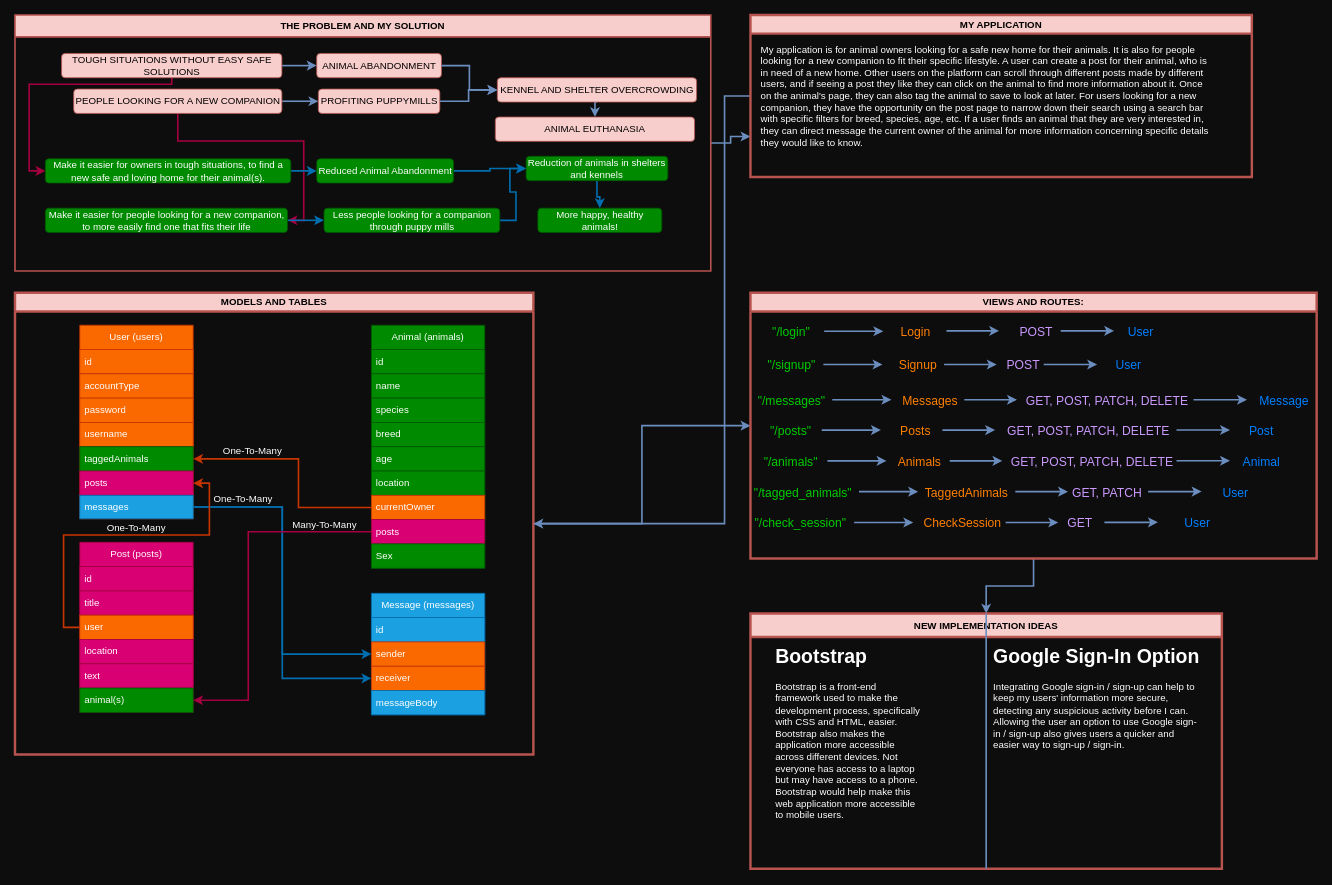
Above: ProjectPitch.drawio in kammau/Animal-Share (draw.io), before the change. Source tidied: cells renumbered, new cells numbered last; positions are measured from the earlier drawing's top-left corner, leaving out a move shared by most shapes. Both pictures are drawn from the tidied source at 81%, with x=0, y=0 at pixel (15, 15).
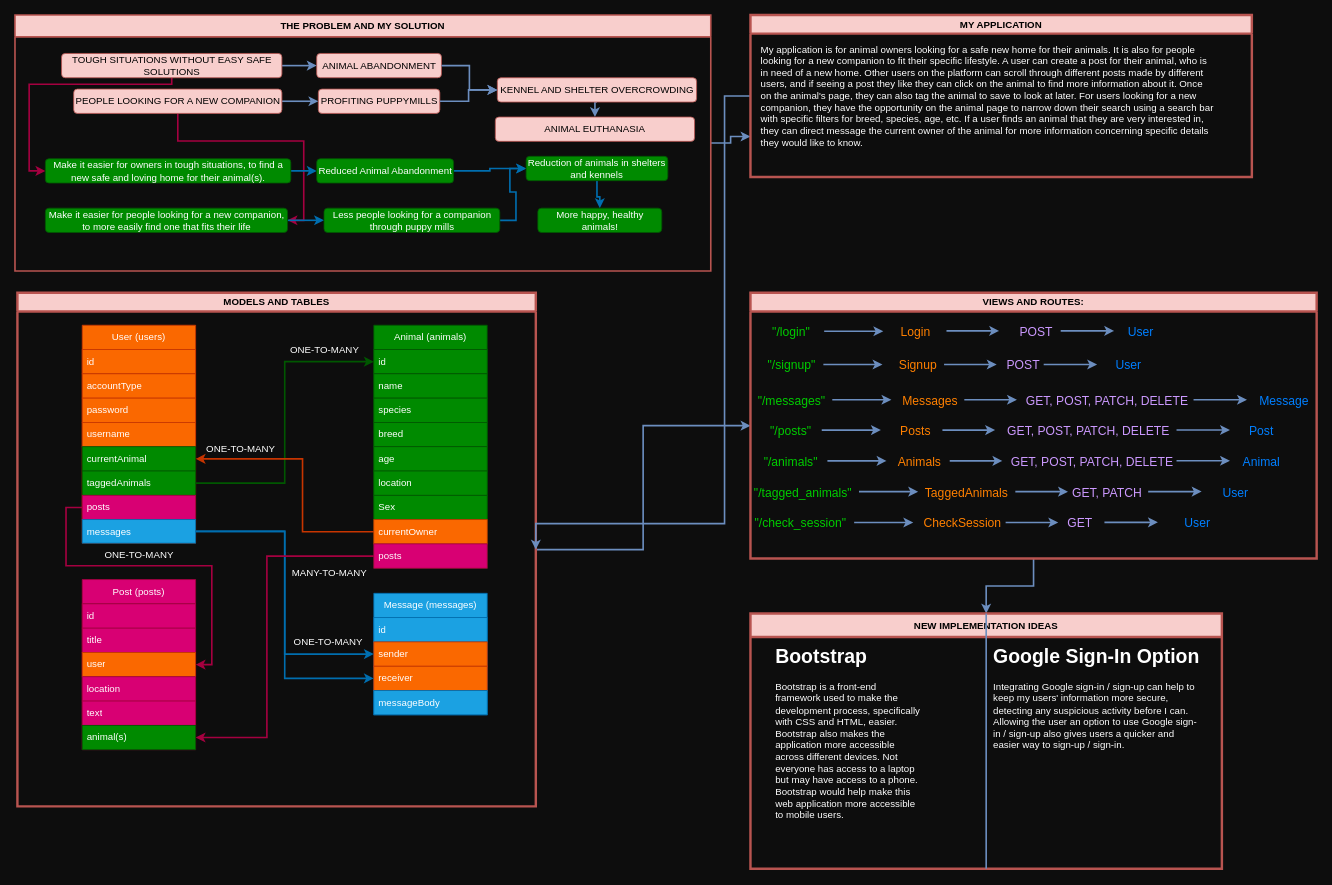
After the change.

The change refers to these unchanged cells:
```xml
<mxCell id="12" value="Animal (animals)" style="swimlane;fontStyle=0;horizontal=1;startSize=30;whiteSpace=wrap;html=1;fillColor=#008a00;strokeColor=#005700;fontColor=#ffffff;" parent="3" vertex="1">
  <mxGeometry x="440" y="40" width="140" height="300" as="geometry" />
</mxCell>
<mxCell id="13" value="id" style="text;strokeColor=#005700;fillColor=#008a00;align=left;verticalAlign=middle;spacingLeft=4;spacingRight=4;overflow=hidden;points=[[0,0.5],[1,0.5]];portConstraint=eastwest;whiteSpace=wrap;html=1;fontColor=#ffffff;" parent="12" vertex="1">
  <mxGeometry y="30" width="140" height="30" as="geometry" />
</mxCell>
<mxCell id="25" value="user" style="text;strokeColor=#C73500;fillColor=#fa6800;align=left;verticalAlign=middle;spacingLeft=4;spacingRight=4;overflow=hidden;points=[[0,0.5],[1,0.5]];portConstraint=eastwest;whiteSpace=wrap;html=1;fontColor=#FFFFFF;" parent="22" vertex="1">
  <mxGeometry y="90" width="140" height="30" as="geometry" />
</mxCell>
<mxCell id="28" value="animal(s)" style="text;strokeColor=#005700;fillColor=#008a00;align=left;verticalAlign=middle;spacingLeft=4;spacingRight=4;overflow=hidden;points=[[0,0.5],[1,0.5]];portConstraint=eastwest;whiteSpace=wrap;html=1;fontColor=#ffffff;" parent="22" vertex="1">
  <mxGeometry y="180" width="140" height="30" as="geometry" />
</mxCell>
<mxCell id="29" value="Message (messages)" style="swimlane;fontStyle=0;horizontal=1;startSize=30;whiteSpace=wrap;html=1;fillColor=#1ba1e2;strokeColor=#006EAF;fontColor=#ffffff;" parent="3" vertex="1">
  <mxGeometry x="440" y="371" width="140" height="150" as="geometry" />
</mxCell>
<mxCell id="31" value="sender" style="text;strokeColor=#C73500;fillColor=#fa6800;align=left;verticalAlign=middle;spacingLeft=4;spacingRight=4;overflow=hidden;points=[[0,0.5],[1,0.5]];portConstraint=eastwest;whiteSpace=wrap;html=1;fontColor=#FFFFFF;" parent="29" vertex="1">
  <mxGeometry y="60" width="140" height="30" as="geometry" />
</mxCell>
<mxCell id="32" value="receiver" style="text;strokeColor=#C73500;fillColor=#fa6800;align=left;verticalAlign=middle;spacingLeft=4;spacingRight=4;overflow=hidden;points=[[0,0.5],[1,0.5]];portConstraint=eastwest;whiteSpace=wrap;html=1;fontColor=#FFFFFF;" parent="29" vertex="1">
  <mxGeometry y="90" width="140" height="30" as="geometry" />
</mxCell>
<mxCell id="126" value="MY APPLICATION" style="swimlane;whiteSpace=wrap;html=1;fillColor=#f8cecc;strokeColor=#b85450;strokeWidth=3;" parent="1" vertex="1">
  <mxGeometry x="908" width="619" height="200" as="geometry" />
</mxCell>
```

The edit, as a diff of the source:
```diff
@@
     <mxCell id="3" value="MODELS AND TABLES" style="swimlane;whiteSpace=wrap;html=1;fillColor=#f8cecc;strokeColor=#b85450;rounded=0;strokeWidth=3;" parent="1" vertex="1">
-      <mxGeometry y="343" width="640" height="570" as="geometry" />
+      <mxGeometry x="3" y="343" width="640" height="634" as="geometry" />
     </mxCell>
     <mxCell id="4" value="User (users)" style="swimlane;fontStyle=0;horizontal=1;startSize=30;whiteSpace=wrap;html=1;fillColor=#fa6800;strokeColor=#C73500;fontColor=#FFFFFF;" parent="3" vertex="1">
-      <mxGeometry x="80" y="40" width="140" height="239" as="geometry" />
+      <mxGeometry x="80" y="40" width="140" height="269" as="geometry" />
     </mxCell>
@@
+    <mxCell id="128" value="currentAnimal" style="text;strokeColor=#005700;fillColor=#008a00;align=left;verticalAlign=middle;spacingLeft=4;spacingRight=4;overflow=hidden;points=[[0,0.5],[1,0.5]];portConstraint=eastwest;whiteSpace=wrap;html=1;fontColor=#ffffff;" parent="4" vertex="1">
+      <mxGeometry y="150" width="140" height="30" as="geometry" />
+    </mxCell>
     <mxCell id="9" value="taggedAnimals" style="text;strokeColor=#005700;fillColor=#008a00;align=left;verticalAlign=middle;spacingLeft=4;spacingRight=4;overflow=hidden;points=[[0,0.5],[1,0.5]];portConstraint=eastwest;whiteSpace=wrap;html=1;fontColor=#ffffff;" parent="4" vertex="1">
-      <mxGeometry y="150" width="140" height="30" as="geometry" />
+      <mxGeometry y="180" width="140" height="30" as="geometry" />
     </mxCell>
     <mxCell id="10" value="posts" style="text;strokeColor=#A50040;fillColor=#d80073;align=left;verticalAlign=middle;spacingLeft=4;spacingRight=4;overflow=hidden;points=[[0,0.5],[1,0.5]];portConstraint=eastwest;whiteSpace=wrap;html=1;fontColor=#ffffff;" parent="4" vertex="1">
-      <mxGeometry y="180" width="140" height="30" as="geometry" />
+      <mxGeometry y="210" width="140" height="30" as="geometry" />
     </mxCell>
     <mxCell id="11" value="messages" style="text;strokeColor=#006EAF;fillColor=#1ba1e2;align=left;verticalAlign=middle;spacingLeft=4;spacingRight=4;overflow=hidden;points=[[0,0.5],[1,0.5]];portConstraint=eastwest;whiteSpace=wrap;html=1;fontColor=#ffffff;" parent="4" vertex="1">
-      <mxGeometry y="210" width="140" height="29" as="geometry" />
+      <mxGeometry y="240" width="140" height="29" as="geometry" />
     </mxCell>
@@
+    <mxCell id="21" value="Sex" style="text;strokeColor=#005700;fillColor=#008a00;align=left;verticalAlign=middle;spacingLeft=4;spacingRight=4;overflow=hidden;whiteSpace=wrap;html=1;fontColor=#ffffff;" parent="12" vertex="1">
+      <mxGeometry y="210" width="140" height="30" as="geometry" />
+    </mxCell>
     <mxCell id="19" value="currentOwner" style="text;strokeColor=#C73500;fillColor=#fa6800;align=left;verticalAlign=middle;spacingLeft=4;spacingRight=4;overflow=hidden;points=[[0,0.5],[1,0.5]];portConstraint=eastwest;whiteSpace=wrap;html=1;fontColor=#FFFFFF;" parent="12" vertex="1">
-      <mxGeometry y="210" width="140" height="30" as="geometry" />
+      <mxGeometry y="240" width="140" height="30" as="geometry" />
     </mxCell>
     <mxCell id="20" value="posts" style="text;strokeColor=#A50040;fillColor=#d80073;align=left;verticalAlign=middle;spacingLeft=4;spacingRight=4;overflow=hidden;points=[[0,0.5],[1,0.5]];portConstraint=eastwest;whiteSpace=wrap;html=1;fontColor=#ffffff;" parent="12" vertex="1">
-      <mxGeometry y="240" width="140" height="30" as="geometry" />
+      <mxGeometry y="270" width="140" height="30" as="geometry" />
     </mxCell>
-    <mxCell id="21" value="Sex" style="text;strokeColor=#005700;fillColor=#008a00;align=left;verticalAlign=middle;spacingLeft=4;spacingRight=4;overflow=hidden;whiteSpace=wrap;html=1;fontColor=#ffffff;" parent="12" vertex="1">
-      <mxGeometry y="270" width="140" height="30" as="geometry" />
-    </mxCell>
     <mxCell id="22" value="Post (posts)" style="swimlane;fontStyle=0;horizontal=1;startSize=30;whiteSpace=wrap;html=1;fillColor=#d80073;strokeColor=#A50040;fontColor=#ffffff;" parent="3" vertex="1">
-      <mxGeometry x="80" y="308" width="140" height="210" as="geometry" />
+      <mxGeometry x="80" y="354" width="140" height="210" as="geometry" />
     </mxCell>
@@
-    <mxCell id="34" style="edgeStyle=orthogonalEdgeStyle;rounded=0;jettySize=auto;html=1;strokeColor=#C73500;strokeWidth=2;fillColor=#fa6800;" parent="3" edge="1" source="19" target="9">
-      <mxGeometry relative="1" as="geometry">
-        <Array as="points">
-          <mxPoint x="350" y="265" />
-          <mxPoint x="350" y="205" />
-        </Array>
-      </mxGeometry>
-    </mxCell>
+    <mxCell id="129" style="edgeStyle=orthogonalEdgeStyle;rounded=0;jettySize=auto;html=1;entryX=0;entryY=0.5;entryDx=0;entryDy=0;fillColor=#008a00;strokeColor=#005700;strokeWidth=2;" parent="3" edge="1" source="9" target="13">
+      <mxGeometry relative="1" as="geometry" />
+    </mxCell>
+    <mxCell id="130" style="edgeStyle=orthogonalEdgeStyle;rounded=0;jettySize=auto;html=1;entryX=1;entryY=0.5;entryDx=0;entryDy=0;fillColor=#d80073;strokeColor=#A50040;strokeWidth=2;" parent="3" edge="1" source="10" target="25">
+      <mxGeometry relative="1" as="geometry">
+        <Array as="points">
+          <mxPoint x="60" y="265" />
+          <mxPoint x="60" y="337" />
+          <mxPoint x="240" y="337" />
+          <mxPoint x="240" y="459" />
+        </Array>
+      </mxGeometry>
+    </mxCell>
-    <mxCell id="35" style="edgeStyle=orthogonalEdgeStyle;rounded=0;jettySize=auto;html=1;strokeColor=#006EAF;strokeWidth=2;fillColor=#1ba1e2;" parent="3" edge="1" source="11" target="32">
+    <mxCell id="35" style="edgeStyle=orthogonalEdgeStyle;rounded=0;jettySize=auto;html=1;entryX=0;entryY=0.5;entryDx=0;entryDy=0;fillColor=#1ba1e2;strokeColor=#006EAF;strokeWidth=2;" parent="3" edge="1" source="11" target="32">
       <mxGeometry relative="1" as="geometry" />
     </mxCell>
-    <mxCell id="36" style="edgeStyle=orthogonalEdgeStyle;rounded=0;jettySize=auto;html=1;strokeColor=#006EAF;strokeWidth=2;fillColor=#1ba1e2;" parent="3" edge="1" source="11" target="31">
-      <mxGeometry relative="1" as="geometry" />
-    </mxCell>
+    <mxCell id="131" style="edgeStyle=orthogonalEdgeStyle;rounded=0;jettySize=auto;html=1;entryX=0;entryY=0.5;entryDx=0;entryDy=0;fillColor=#1ba1e2;strokeColor=#006EAF;strokeWidth=2;" parent="3" edge="1" source="11" target="29">
+      <mxGeometry relative="1" as="geometry" />
+    </mxCell>
+    <mxCell id="132" value="ONE-TO-MANY" style="text;html=1;strokeColor=none;fillColor=none;align=center;verticalAlign=middle;whiteSpace=wrap;rounded=0;fontColor=#FFFFFF;" parent="3" vertex="1">
+      <mxGeometry x="337" y="416" width="94" height="30" as="geometry" />
+    </mxCell>
+    <mxCell id="133" value="MANY-TO-MANY" style="text;html=1;strokeColor=none;fillColor=none;align=center;verticalAlign=middle;whiteSpace=wrap;rounded=0;fontColor=#FFFFFF;" parent="3" vertex="1">
+      <mxGeometry x="337" y="331" width="97" height="30" as="geometry" />
+    </mxCell>
+    <mxCell id="134" value="ONE-TO-MANY" style="text;html=1;strokeColor=none;fillColor=none;align=center;verticalAlign=middle;whiteSpace=wrap;rounded=0;fontColor=#FFFFFF;" parent="3" vertex="1">
+      <mxGeometry x="103.5" y="309" width="93" height="30" as="geometry" />
+    </mxCell>
+    <mxCell id="135" value="ONE-TO-MANY" style="text;html=1;strokeColor=none;fillColor=none;align=center;verticalAlign=middle;whiteSpace=wrap;rounded=0;fontColor=#FFFFFF;" parent="3" vertex="1">
+      <mxGeometry x="333" y="56" width="93" height="30" as="geometry" />
+    </mxCell>
+    <mxCell id="136" value="ONE-TO-MANY" style="text;html=1;strokeColor=none;fillColor=none;align=center;verticalAlign=middle;whiteSpace=wrap;rounded=0;fontColor=#FFFFFF;" parent="3" vertex="1">
+      <mxGeometry x="231" y="178" width="90" height="30" as="geometry" />
+    </mxCell>
+    <mxCell id="137" style="edgeStyle=orthogonalEdgeStyle;rounded=0;jettySize=auto;html=1;entryX=1;entryY=0.5;entryDx=0;entryDy=0;fillColor=#fa6800;strokeColor=#C73500;strokeWidth=2;" parent="3" edge="1" source="19" target="128">
+      <mxGeometry relative="1" as="geometry">
+        <Array as="points">
+          <mxPoint x="352" y="295" />
+          <mxPoint x="352" y="205" />
+        </Array>
+      </mxGeometry>
+    </mxCell>
-    <mxCell id="37" style="edgeStyle=orthogonalEdgeStyle;rounded=0;jettySize=auto;html=1;entryX=1;entryY=0.5;entryDx=0;entryDy=0;strokeColor=#A50040;strokeWidth=2;fillColor=#d80073;" parent="3" edge="1" source="20" target="28">
+    <mxCell id="37" style="edgeStyle=orthogonalEdgeStyle;rounded=0;jettySize=auto;html=1;entryX=1;entryY=0.5;entryDx=0;entryDy=0;fillColor=#d80073;strokeColor=#A50040;strokeWidth=2;" parent="3" edge="1" source="20" target="28">
       <mxGeometry relative="1" as="geometry">
         <Array as="points">
-          <mxPoint x="288" y="295" />
-          <mxPoint x="288" y="503" />
+          <mxPoint x="308" y="325" />
+          <mxPoint x="308" y="549" />
         </Array>
       </mxGeometry>
     </mxCell>
-    <mxCell id="38" value="One-To-Many" style="text;html=1;strokeColor=none;fillColor=none;align=center;verticalAlign=middle;whiteSpace=wrap;rounded=0;fontColor=#FFFFFF;" parent="3" vertex="1">
-      <mxGeometry x="245" y="180" width="97" height="30" as="geometry" />
-    </mxCell>
-    <mxCell id="39" value="One-To-Many" style="text;html=1;strokeColor=none;fillColor=none;align=center;verticalAlign=middle;whiteSpace=wrap;rounded=0;fontColor=#FFFFFF;" parent="3" vertex="1">
-      <mxGeometry x="243" y="240" width="78" height="30" as="geometry" />
-    </mxCell>
-    <mxCell id="40" style="edgeStyle=orthogonalEdgeStyle;rounded=0;jettySize=auto;html=1;entryX=1;entryY=0.5;entryDx=0;entryDy=0;strokeWidth=2;fillColor=#fa6800;strokeColor=#C73500;" parent="3" edge="1" source="25" target="10">
-      <mxGeometry relative="1" as="geometry">
-        <Array as="points">
-          <mxPoint x="60" y="413" />
-          <mxPoint x="60" y="299" />
-          <mxPoint x="240" y="299" />
-          <mxPoint x="240" y="235" />
-        </Array>
-      </mxGeometry>
-    </mxCell>
-    <mxCell id="41" value="One-To-Many" style="text;html=1;strokeColor=none;fillColor=none;align=center;verticalAlign=middle;whiteSpace=wrap;rounded=0;fontColor=#FFFFFF;" parent="3" vertex="1">
-      <mxGeometry x="110" y="276" width="80" height="30" as="geometry" />
-    </mxCell>
-    <mxCell id="42" value="Many-To-Many" style="text;html=1;strokeColor=none;fillColor=none;align=center;verticalAlign=middle;whiteSpace=wrap;rounded=0;fontColor=#FFFFFF;" parent="3" vertex="1">
-      <mxGeometry x="340" y="272" width="85" height="30" as="geometry" />
-    </mxCell>
@@
-    <mxCell id="127" value="My application is for animal owners looking for a safe new home for their animals. It is also for people looking for a new companion to fit their specific lifestyle. A user can create a post for their animal, who is in need of a new home. Other users on the platform can scroll through different posts made by different users, and if seeing a post they like they can click on the animal to find more information about it. Once on the animal's page, they can also tag the animal to save to look at later. For users looking for a new companion, they have the opportunity on the post page to narrow down their search using a search bar with specific filters for breed, species, age, etc. If a user finds an animal that they are very interested in, they can direct message the current owner of the animal for more information concerning specific details they would like to know." style="text;html=1;strokeColor=none;fillColor=none;align=left;verticalAlign=middle;whiteSpace=wrap;rounded=0;fontColor=#FFFFFF;" parent="126" vertex="1">
+    <mxCell id="127" value="My application is for animal owners looking for a safe new home for their animals. It is also for people looking for a new companion to fit their specific lifestyle. A user can create a post for their animal, who is in need of a new home. Other users on the platform can scroll through different posts made by different users, and if seeing a post they like they can click on the animal to find more information about it. Once on the animal's page, they can also tag the animal to save to look at later. For users looking for a new companion, they have the opportunity on the animal page to narrow down their search using a search bar with specific filters for breed, species, age, etc. If a user finds an animal that they are very interested in, they can direct message the current owner of the animal for more information concerning specific details they would like to know." style="text;html=1;strokeColor=none;fillColor=none;align=left;verticalAlign=middle;whiteSpace=wrap;rounded=0;fontColor=#FFFFFF;" parent="126" vertex="1">
       <mxGeometry x="11" y="85" width="561" height="30" as="geometry" />
     </mxCell>
```
